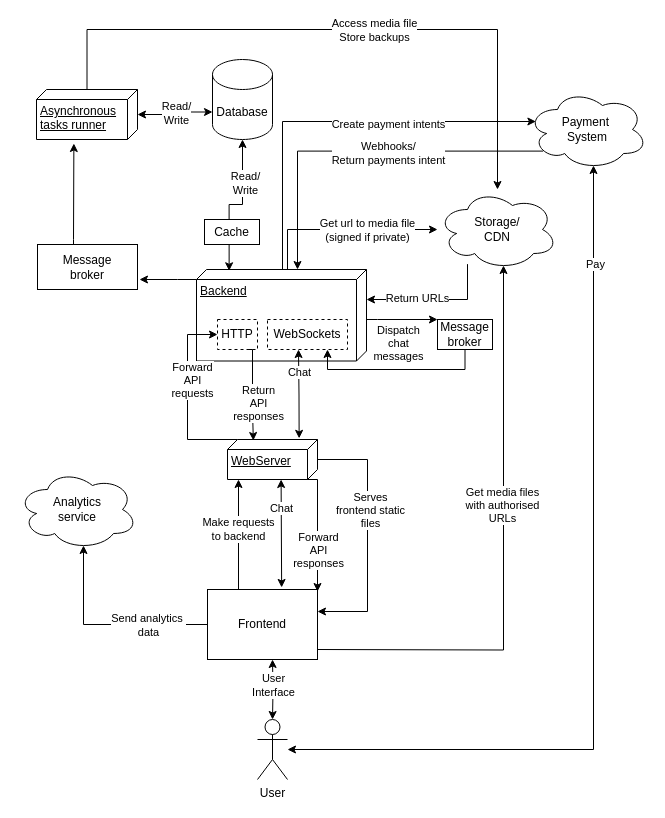
The draw.io diagram task_3/Coursera_like.drawio in MrAlessandro/ingenium-assignment, before the edit. Source tidied: cells renumbered, new cells numbered last; positions are measured from the earlier drawing's top-left corner, leaving out a move shared by most shapes. Both pictures are drawn from the tidied source at 100%, with x=0, y=0 at pixel (17, 29).
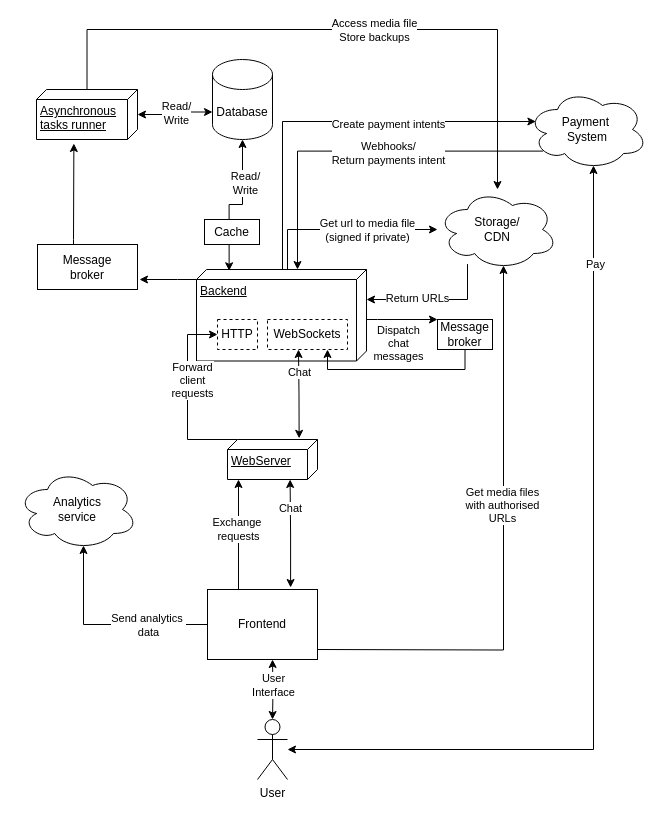
The same page after the edit.

Unchanged cells that the change refers to:
```xml
<mxCell id="7" value="WebServer" style="verticalAlign=top;align=left;spacingTop=8;spacingLeft=2;spacingRight=12;shape=cube;size=10;direction=south;fontStyle=4;html=1;whiteSpace=wrap;" parent="1" vertex="1">
  <mxGeometry x="210" y="410" width="90" height="40" as="geometry" />
</mxCell>
<mxCell id="10" style="edgeStyle=orthogonalEdgeStyle;rounded=0;orthogonalLoop=1;jettySize=auto;html=1;" parent="1" edge="1">
  <mxGeometry relative="1" as="geometry">
    <mxPoint x="221" y="562" as="sourcePoint" />
    <mxPoint x="221" y="450" as="targetPoint" />
  </mxGeometry>
</mxCell>
<mxCell id="32" value="Frontend" style="html=1;whiteSpace=wrap;" parent="1" vertex="1">
  <mxGeometry x="190" y="560" width="110" height="70" as="geometry" />
</mxCell>
<mxCell id="43" value="HTTP" style="html=1;whiteSpace=wrap;dashed=1;" parent="1" vertex="1">
  <mxGeometry x="200" y="290" width="40" height="30" as="geometry" />
</mxCell>
<mxCell id="52" style="edgeStyle=orthogonalEdgeStyle;rounded=0;jettySize=auto;html=1;exitX=0;exitY=0;exitDx=0;exitDy=80;exitPerimeter=0;" parent="1" edge="1" source="7" target="43">
  <mxGeometry relative="1" as="geometry">
    <Array as="points">
      <mxPoint x="170" y="410" />
      <mxPoint x="170" y="305" />
    </Array>
  </mxGeometry>
</mxCell>
```

Diff of the diagram source:
```diff
@@
-    <mxCell id="5" style="edgeStyle=orthogonalEdgeStyle;rounded=0;jettySize=auto;html=1;" parent="1" edge="1" source="7">
-      <mxGeometry relative="1" as="geometry">
-        <mxPoint x="300" y="582" as="targetPoint" />
-        <Array as="points">
-          <mxPoint x="350" y="430" />
-          <mxPoint x="350" y="582" />
-        </Array>
-      </mxGeometry>
-    </mxCell>
-    <mxCell id="6" value="Serves&lt;br&gt;frontend static&lt;br&gt;files" style="edgeLabel;html=1;align=center;verticalAlign=middle;" parent="5" vertex="1">
-      <mxGeometry x="-0.21" y="2" relative="1" as="geometry" />
-    </mxCell>
@@
-    <mxCell id="11" value="Make requests &lt;br&gt;to backend" style="edgeLabel;html=1;align=center;verticalAlign=middle;" parent="10" vertex="1">
+    <mxCell id="11" value="Exchange&amp;nbsp;&lt;br&gt;requests&lt;br&gt;" style="edgeLabel;html=1;align=center;verticalAlign=middle;" parent="10" vertex="1">
       <mxGeometry x="0.12" y="1" relative="1" as="geometry" />
     </mxCell>
@@
-    <mxCell id="24" style="edgeStyle=orthogonalEdgeStyle;rounded=0;jettySize=auto;html=1;exitX=0;exitY=0;exitDx=40;exitDy=10;exitPerimeter=0;entryX=0;entryY=0;entryDx=0;entryDy=0;entryPerimeter=0;" parent="1" edge="1" source="7">
-      <mxGeometry relative="1" as="geometry">
-        <mxPoint x="300" y="562" as="targetPoint" />
-        <Array as="points">
-          <mxPoint x="300" y="450" />
-        </Array>
-      </mxGeometry>
-    </mxCell>
-    <mxCell id="25" value="Forward&lt;br&gt;API&lt;br&gt;responses" style="edgeLabel;html=1;align=center;verticalAlign=middle;" parent="24" vertex="1">
-      <mxGeometry x="0.41" y="-3" relative="1" as="geometry">
-        <mxPoint x="3" y="-6" as="offset" />
-      </mxGeometry>
-    </mxCell>
@@
-    <mxCell id="44" style="edgeStyle=orthogonalEdgeStyle;rounded=0;jettySize=auto;html=1;exitX=0.25;exitY=1;exitDx=0;exitDy=0;entryX=0.674;entryY=-0.029;entryDx=0;entryDy=0;entryPerimeter=0;startArrow=classic;startFill=1;" parent="1" edge="1" target="32">
+    <mxCell id="44" style="edgeStyle=orthogonalEdgeStyle;rounded=0;orthogonalLoop=1;jettySize=auto;html=1;exitX=0.25;exitY=1;exitDx=0;exitDy=0;entryX=0.674;entryY=-0.029;entryDx=0;entryDy=0;entryPerimeter=0;startArrow=classic;startFill=1;" parent="1" edge="1">
       <mxGeometry relative="1" as="geometry">
-        <mxPoint x="263.6" y="450" as="sourcePoint" />
+        <mxPoint x="272.6" y="450" as="sourcePoint" />
+        <mxPoint x="273.1" y="558" as="targetPoint" />
       </mxGeometry>
     </mxCell>
@@
-    <mxCell id="53" value="Forward&lt;br&gt;API&lt;br&gt;requests" style="edgeLabel;html=1;align=center;verticalAlign=middle;" parent="52" vertex="1">
+    <mxCell id="53" value="Forward&lt;br&gt;client&lt;br&gt;requests" style="edgeLabel;html=1;align=center;verticalAlign=middle;" parent="52" vertex="1">
       <mxGeometry x="0.41" y="-3" relative="1" as="geometry">
         <mxPoint x="1" y="20" as="offset" />
       </mxGeometry>
     </mxCell>
-    <mxCell id="54" style="edgeStyle=orthogonalEdgeStyle;rounded=0;jettySize=auto;html=1;exitX=0.75;exitY=1;exitDx=0;exitDy=0;entryX=0.025;entryY=0.713;entryDx=0;entryDy=0;entryPerimeter=0;" parent="1" edge="1" source="43" target="7">
-      <mxGeometry relative="1" as="geometry">
-        <Array as="points">
-          <mxPoint x="235" y="320" />
-          <mxPoint x="235" y="380" />
-          <mxPoint x="236" y="380" />
-        </Array>
-      </mxGeometry>
-    </mxCell>
-    <mxCell id="55" value="Return&lt;br&gt;API&lt;br&gt;responses" style="edgeLabel;html=1;align=center;verticalAlign=middle;" parent="54" vertex="1">
-      <mxGeometry x="-0.4" y="-2" relative="1" as="geometry">
-        <mxPoint x="7" y="29" as="offset" />
-      </mxGeometry>
-    </mxCell>
```
